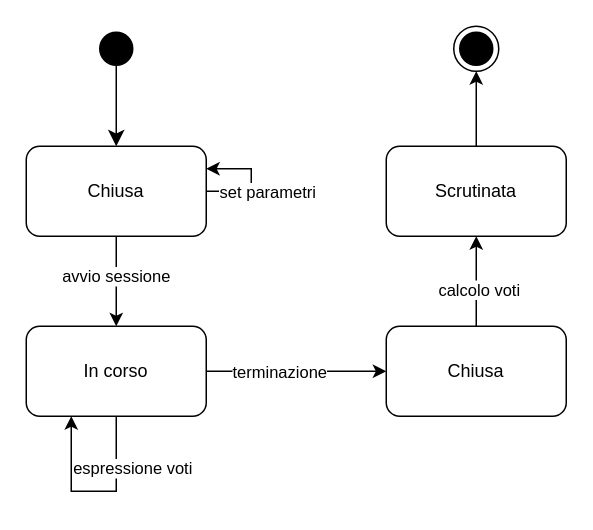
Above: docs/StateDiagram Sessione Di Voto.drawio in gbrsni/votoElettronico (draw.io), before the change. Source tidied: cells renumbered, new cells numbered last; positions are measured from the earlier drawing's top-left corner, leaving out a move shared by most shapes. Both pictures are drawn from the tidied source at 150%, with x=0, y=0 at pixel (26, 26).
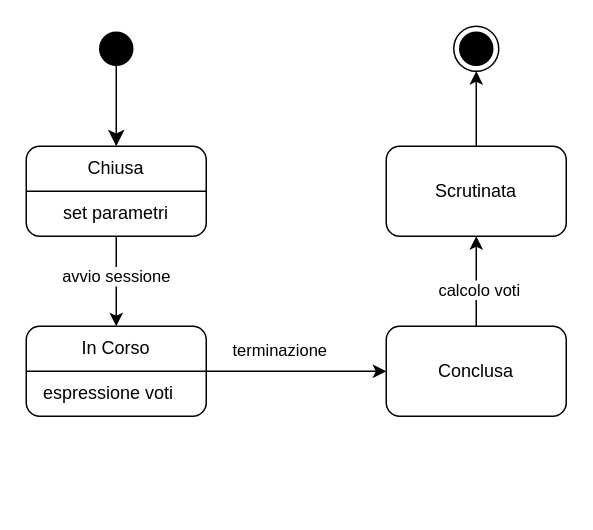
Above is the later version.

Commit message (it also covers changes not shown here):
rifatto state diagram errato

The change refers to these unchanged cells:
```xml
<mxCell id="9" style="edgeStyle=orthogonalEdgeStyle;rounded=0;jettySize=auto;html=1;entryX=0;entryY=0.5;entryDx=0;entryDy=0;strokeColor=#000000;" parent="1" edge="1" source="11" target="16">
  <mxGeometry relative="1" as="geometry" />
</mxCell>
```

The edit, as a diff of the source:
```diff
@@
-    <mxCell id="4" value="Chiusa" style="rounded=1;whiteSpace=wrap;html=1;" parent="1" vertex="1">
+    <mxCell id="4" style="rounded=1;whiteSpace=wrap;html=1;" parent="1" vertex="1">
       <mxGeometry y="80" width="120" height="60" as="geometry" />
     </mxCell>
@@
-    <mxCell id="7" style="edgeStyle=orthogonalEdgeStyle;rounded=0;orthogonalLoop=1;jettySize=auto;html=1;entryX=1;entryY=0.25;entryDx=0;entryDy=0;strokeColor=#000000;exitX=1;exitY=0.5;exitDx=0;exitDy=0;" parent="1" edge="1" source="4" target="4">
-      <mxGeometry relative="1" as="geometry">
-        <Array as="points">
-          <mxPoint x="150" y="110" />
-          <mxPoint x="150" y="95" />
-        </Array>
-      </mxGeometry>
-    </mxCell>
-    <mxCell id="8" value="set parametri" style="edgeLabel;html=1;align=center;verticalAlign=middle;" parent="7" vertex="1">
-      <mxGeometry x="-0.08" relative="1" as="geometry">
-        <mxPoint x="10" y="5" as="offset" />
-      </mxGeometry>
-    </mxCell>
@@
     <mxCell id="10" value="terminazione" style="edgeLabel;html=1;align=center;verticalAlign=middle;" parent="9" vertex="1">
-      <mxGeometry x="-0.2" relative="1" as="geometry" />
+      <mxGeometry x="-0.2" relative="1" as="geometry">
+        <mxPoint y="-15" as="offset" />
+      </mxGeometry>
     </mxCell>
-    <mxCell id="11" value="In corso" style="rounded=1;whiteSpace=wrap;html=1;" parent="1" vertex="1">
+    <mxCell id="11" style="rounded=1;whiteSpace=wrap;html=1;" parent="1" vertex="1">
       <mxGeometry y="200" width="120" height="60" as="geometry" />
     </mxCell>
-    <mxCell id="12" style="edgeStyle=orthogonalEdgeStyle;rounded=0;orthogonalLoop=1;jettySize=auto;html=1;entryX=0.25;entryY=1;entryDx=0;entryDy=0;strokeColor=#000000;exitX=0.5;exitY=1;exitDx=0;exitDy=0;" parent="1" edge="1" source="11" target="11">
-      <mxGeometry relative="1" as="geometry">
-        <Array as="points">
-          <mxPoint x="60" y="310" />
-          <mxPoint x="30" y="310" />
-        </Array>
-      </mxGeometry>
-    </mxCell>
-    <mxCell id="13" value="espressione voti" style="edgeLabel;html=1;align=center;verticalAlign=middle;" parent="12" vertex="1">
-      <mxGeometry x="-0.47" y="-3" relative="1" as="geometry">
-        <mxPoint x="13" as="offset" />
-      </mxGeometry>
-    </mxCell>
@@
-    <mxCell id="16" value="Chiusa" style="rounded=1;whiteSpace=wrap;html=1;" parent="1" vertex="1">
+    <mxCell id="16" value="Conclusa" style="rounded=1;whiteSpace=wrap;html=1;" parent="1" vertex="1">
       <mxGeometry x="240" y="200" width="120" height="60" as="geometry" />
     </mxCell>
@@
+    <mxCell id="12" style="endArrow=none;html=1;rounded=0;exitX=0;exitY=0.5;exitDx=0;exitDy=0;entryX=1;entryY=0.5;entryDx=0;entryDy=0;" parent="1" edge="1" source="11" target="11">
+      <mxGeometry relative="1" as="geometry" />
+    </mxCell>
+    <mxCell id="20" value="In Corso" style="text;html=1;strokeColor=none;fillColor=none;align=center;verticalAlign=middle;whiteSpace=wrap;rounded=0;" parent="1" vertex="1">
+      <mxGeometry x="30" y="200" width="60" height="30" as="geometry" />
+    </mxCell>
+    <mxCell id="13" value="espressione voti" style="text;html=1;strokeColor=none;fillColor=none;align=center;verticalAlign=middle;whiteSpace=wrap;rounded=0;" parent="1" vertex="1">
+      <mxGeometry y="230" width="110" height="30" as="geometry" />
+    </mxCell>
+    <mxCell id="7" style="endArrow=none;html=1;rounded=0;exitX=0;exitY=0.5;exitDx=0;exitDy=0;entryX=1;entryY=0.5;entryDx=0;entryDy=0;" parent="1" edge="1" source="4" target="4">
+      <mxGeometry relative="1" as="geometry" />
+    </mxCell>
+    <mxCell id="21" value="Chiusa" style="text;html=1;strokeColor=none;fillColor=none;align=center;verticalAlign=middle;whiteSpace=wrap;rounded=0;" parent="1" vertex="1">
+      <mxGeometry x="30" y="80" width="60" height="30" as="geometry" />
+    </mxCell>
+    <mxCell id="8" value="set parametri&lt;br&gt;" style="text;html=1;strokeColor=none;fillColor=none;align=center;verticalAlign=middle;whiteSpace=wrap;rounded=0;" parent="1" vertex="1">
+      <mxGeometry x="20" y="110" width="80" height="30" as="geometry" />
+    </mxCell>
```
